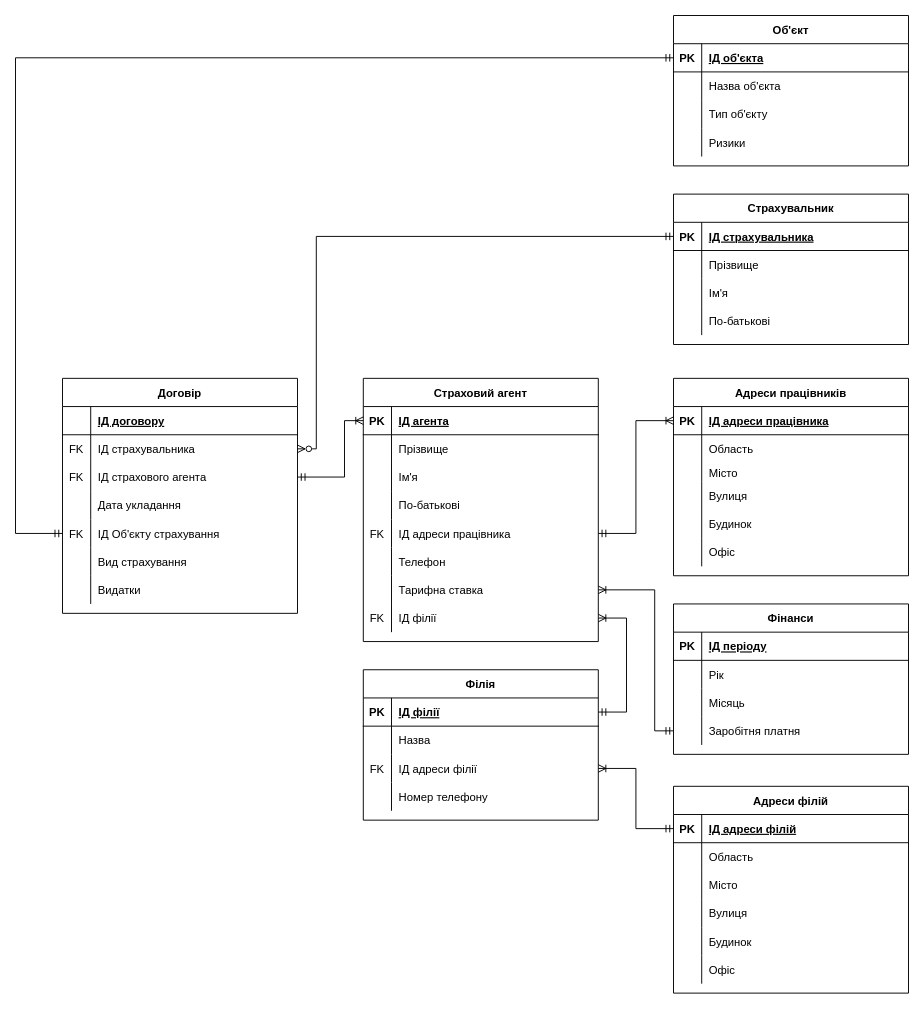
The draw.io diagram Бази даних/Лабораторна робота №1/ER-діаграма.drawio in DmytroZamkovyi/3-sem, before the edit. Source tidied: cells renumbered, new cells numbered last; positions are measured from the earlier drawing's top-left corner, leaving out a move shared by most shapes. Both pictures are drawn from the tidied source at 94%, with x=0, y=0 at pixel (15, 15).
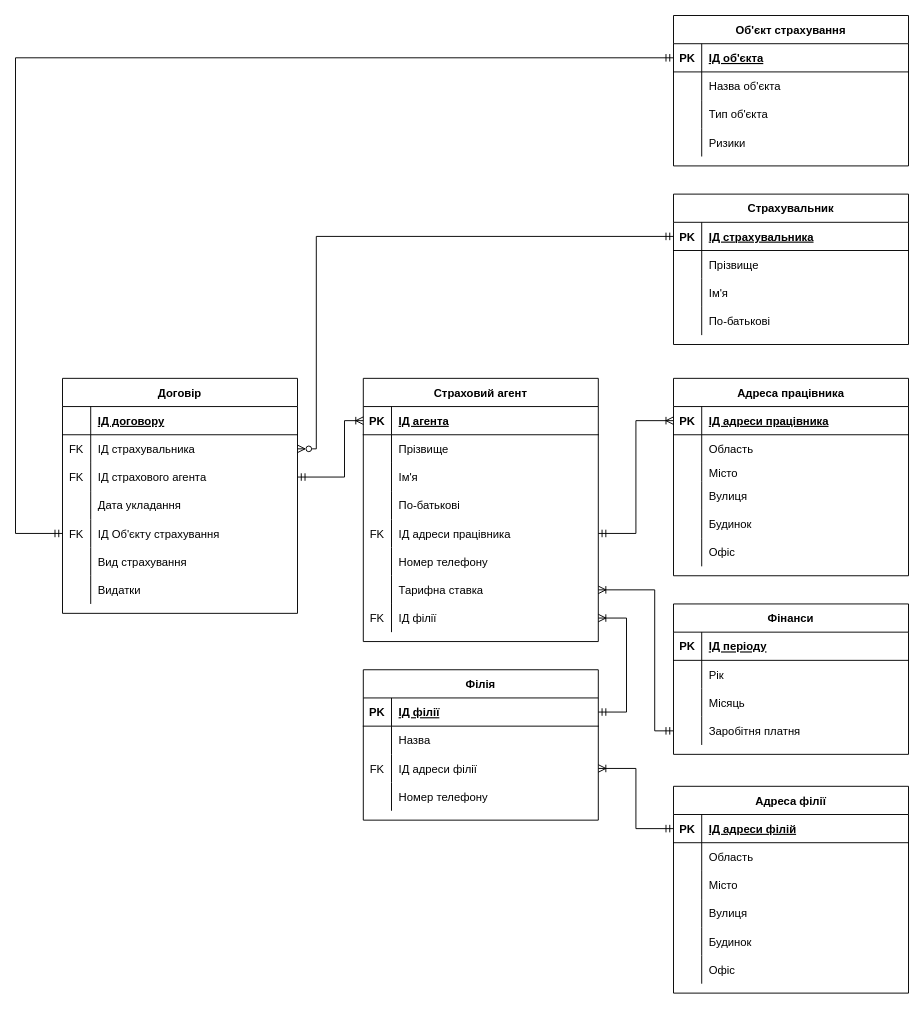
The same page after the edit.

The change refers to these unchanged cells:
```xml
<mxCell id="18" style="shape=partialRectangle;fillColor=none;top=0;left=0;right=0;bottom=0;" parent="2" vertex="1">
  <mxGeometry y="180" width="250" height="30" as="geometry" />
</mxCell>
<mxCell id="138" style="shape=partialRectangle;fillColor=none;top=0;left=0;right=0;bottom=0;" parent="131" vertex="1">
  <mxGeometry y="90" width="250" height="30" as="geometry" />
</mxCell>
```

What changed in the source:
```diff
@@
-    <mxCell id="20" value="Телефон" style="shape=partialRectangle;overflow=hidden;fillColor=none;top=0;left=0;bottom=0;right=0;align=left;spacingLeft=6;" parent="18" vertex="1">
+    <mxCell id="20" value="Номер телефону" style="shape=partialRectangle;overflow=hidden;fillColor=none;top=0;left=0;bottom=0;right=0;align=left;spacingLeft=6;" parent="18" vertex="1">
       <mxGeometry x="30" width="220" height="30" as="geometry" />
     </mxCell>
@@
-    <mxCell id="40" value="Адреси філій" style="shape=table;startSize=30;childLayout=tableLayout;rowLines=0;fontStyle=1;align=center;" parent="1" vertex="1">
+    <mxCell id="40" value="Адреса філії" style="shape=table;startSize=30;childLayout=tableLayout;rowLines=0;fontStyle=1;align=center;" parent="1" vertex="1">
       <mxGeometry x="700" y="820" width="250" height="220" as="geometry" />
     </mxCell>
@@
-    <mxCell id="112" value="Адреси працівників" style="shape=table;startSize=30;childLayout=tableLayout;rowLines=0;fontStyle=1;align=center;" parent="1" vertex="1">
+    <mxCell id="112" value="Адреса працівника" style="shape=table;startSize=30;childLayout=tableLayout;rowLines=0;fontStyle=1;align=center;" parent="1" vertex="1">
       <mxGeometry x="700" y="386" width="250" height="210" as="geometry" />
     </mxCell>
@@
-    <mxCell id="131" value="Об'єкт" style="shape=table;startSize=30;childLayout=tableLayout;rowLines=0;fontStyle=1;align=center;" parent="1" vertex="1">
+    <mxCell id="131" value="Об'єкт страхування" style="shape=table;startSize=30;childLayout=tableLayout;rowLines=0;fontStyle=1;align=center;" parent="1" vertex="1">
       <mxGeometry x="700" width="250" height="160" as="geometry" />
     </mxCell>
@@
-    <mxCell id="140" value="Тип об'єкту" style="shape=partialRectangle;overflow=hidden;fillColor=none;top=0;left=0;bottom=0;right=0;align=left;spacingLeft=6;" parent="138" vertex="1">
+    <mxCell id="140" value="Тип об'єкта" style="shape=partialRectangle;overflow=hidden;fillColor=none;top=0;left=0;bottom=0;right=0;align=left;spacingLeft=6;" parent="138" vertex="1">
       <mxGeometry x="30" width="220" height="30" as="geometry" />
     </mxCell>
```
